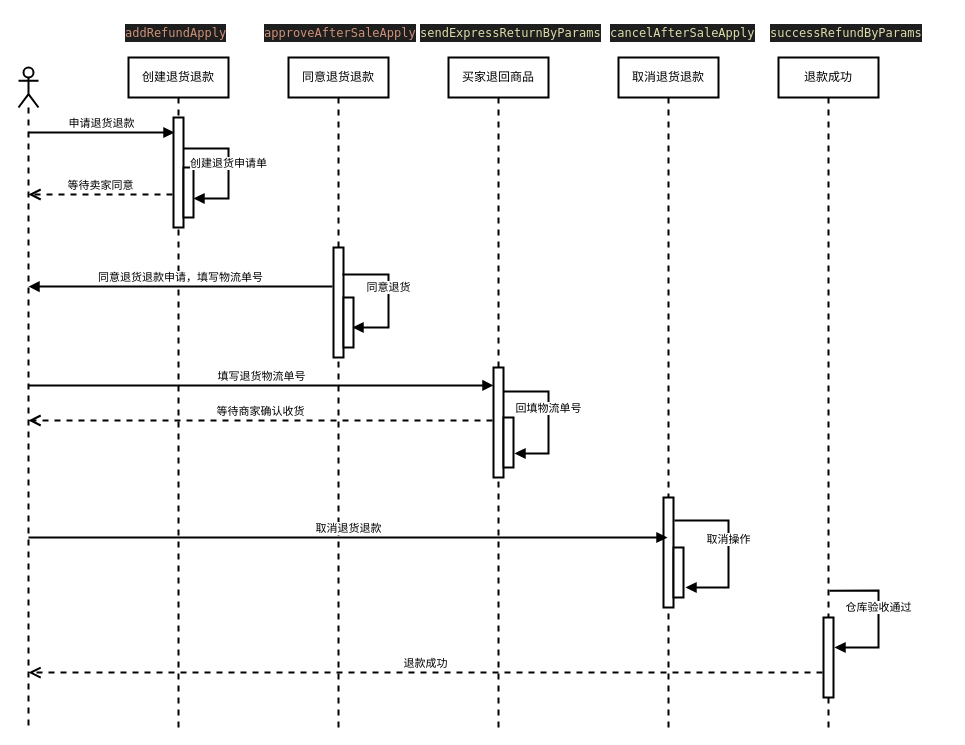
This is 退货退款.drawio from srcrs/draw-static, a draw.io file, before an edit. Source tidied: cells renumbered, new cells numbered last; positions are measured from the earlier drawing's top-left corner, leaving out a move shared by most shapes. Both pictures are drawn from the tidied source at 100%, with x=0, y=0 at pixel (18, 17).
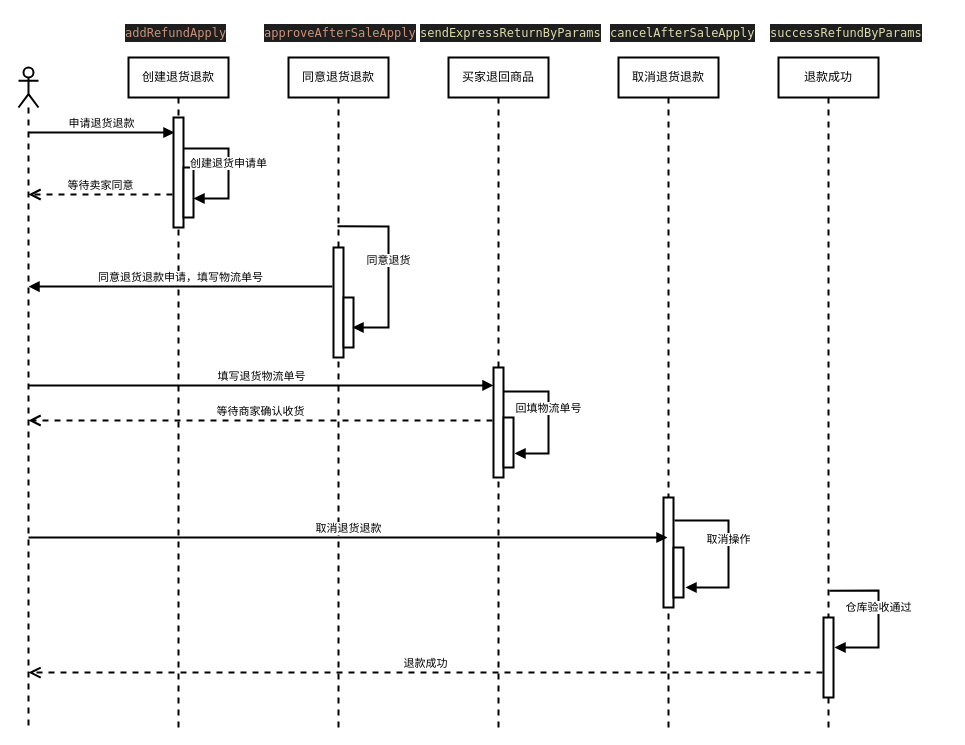
The same page after the edit.

Commit message (it also covers changes not shown here):
更新退货退款.drawio

Unchanged cells that the change refers to:
```xml
<mxCell id="4" value="&lt;span&gt;同意退货退款&lt;/span&gt;" style="shape=umlLifeline;perimeter=lifelinePerimeter;whiteSpace=wrap;html=1;outlineConnect=0;strokeWidth=2;" parent="1" vertex="1">
  <mxGeometry x="270" y="40" width="100" height="670" as="geometry" />
</mxCell>
<mxCell id="12" style="html=1;points=[];perimeter=orthogonalPerimeter;strokeWidth=2;" parent="1" vertex="1">
  <mxGeometry x="315" y="230" width="10" height="110" as="geometry" />
</mxCell>
<mxCell id="13" style="html=1;points=[];perimeter=orthogonalPerimeter;strokeWidth=2;" parent="1" vertex="1">
  <mxGeometry x="325" y="280" width="10" height="50" as="geometry" />
</mxCell>
```

Change to the diagram source:
```diff
@@
-    <mxCell id="14" value="同意退货" style="html=1;verticalAlign=bottom;endArrow=block;strokeWidth=2;exitX=0.9;exitY=0.245;exitDx=0;exitDy=0;exitPerimeter=0;entryX=0.9;entryY=0.6;entryDx=0;entryDy=0;entryPerimeter=0;rounded=0;" parent="1" edge="1" source="12" target="13">
+    <mxCell id="14" value="同意退货" style="html=1;verticalAlign=bottom;endArrow=block;strokeWidth=2;exitX=0.49;exitY=0.252;exitDx=0;exitDy=0;exitPerimeter=0;entryX=0.9;entryY=0.6;entryDx=0;entryDy=0;entryPerimeter=0;rounded=0;" parent="1" edge="1" source="4" target="13">
       <mxGeometry relative="1" as="geometry">
         <Array as="points">
-          <mxPoint x="370" y="257" />
+          <mxPoint x="370" y="209" />
           <mxPoint x="370" y="310" />
         </Array>
       </mxGeometry>
     </mxCell>
```
